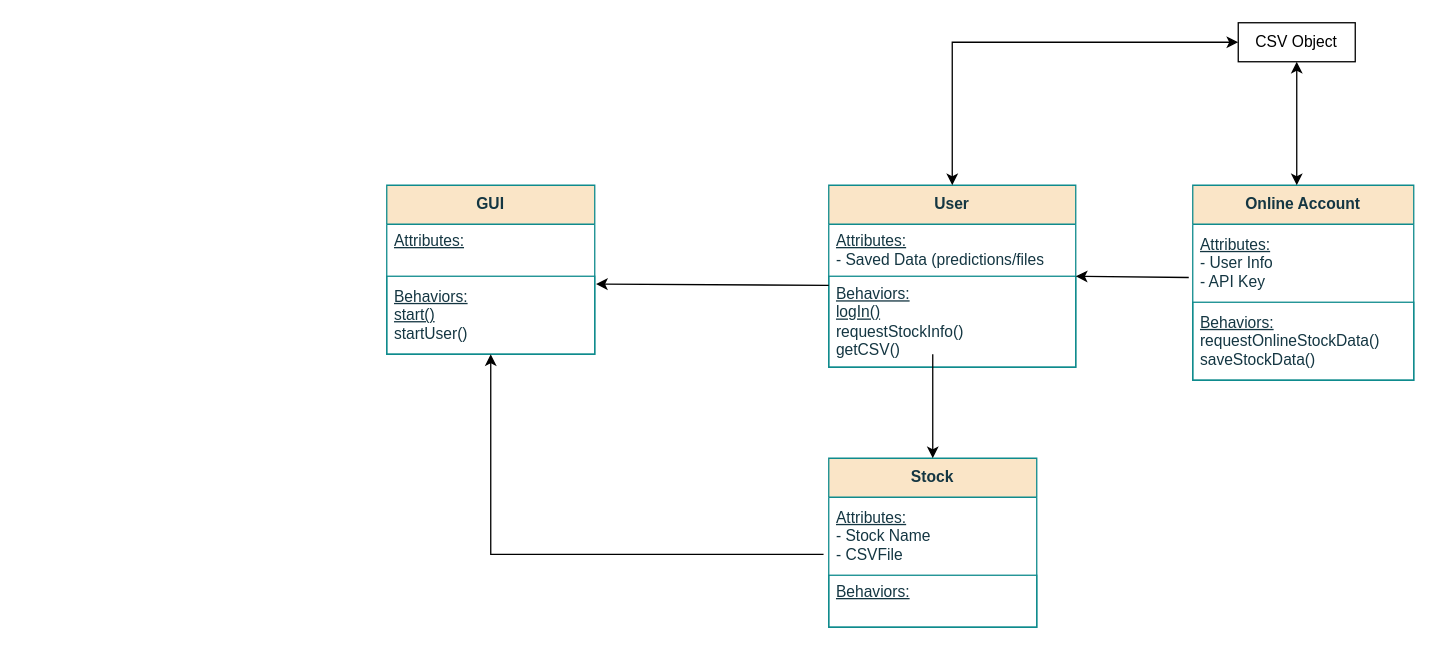
The draw.io diagram Diagrams/Class_Diagram.drawio in viewtifultiger/Comp380Project, before the edit. Source tidied: cells renumbered, new cells numbered last; positions are measured from the earlier drawing's top-left corner, leaving out a move shared by most shapes. Both pictures are drawn from the tidied source at 130%, with x=0, y=0 at pixel (386, 22).
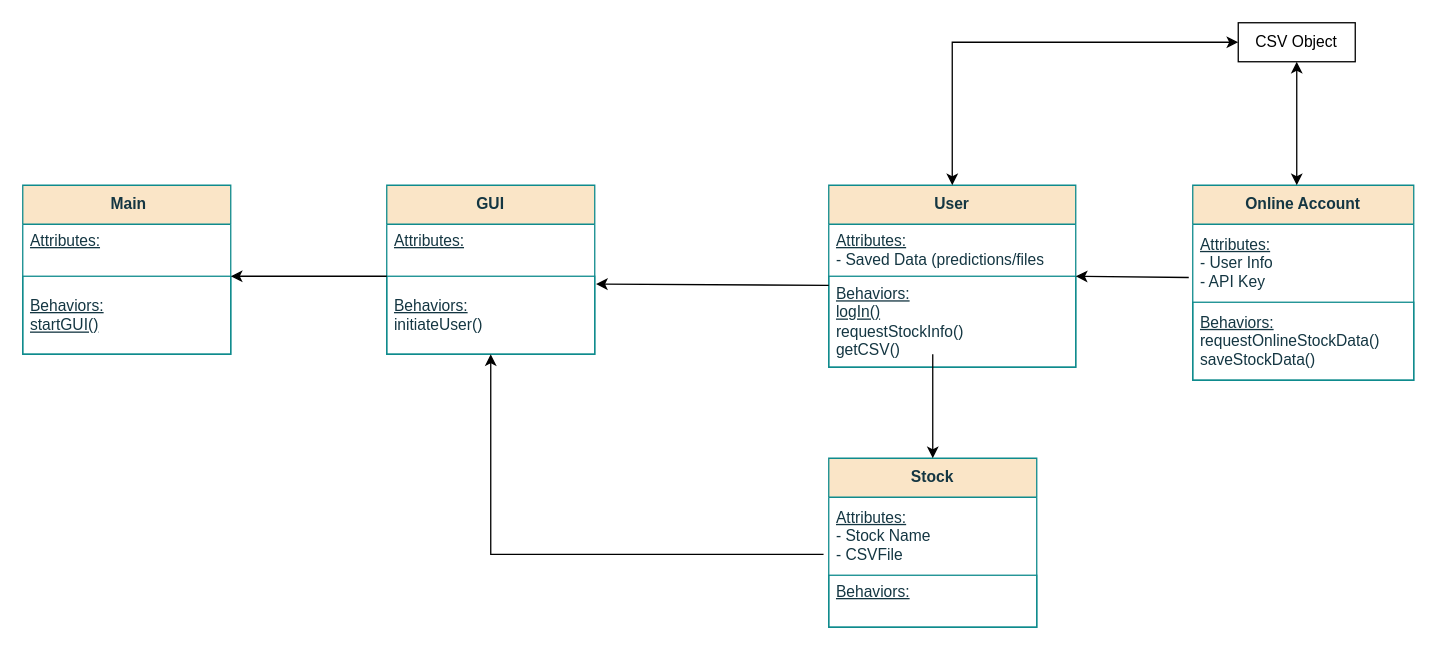
After the change.

The change refers to these unchanged cells:
```xml
<mxCell id="2" value="&lt;b&gt;GUI&lt;/b&gt;" style="swimlane;fontStyle=0;horizontal=1;startSize=30;whiteSpace=wrap;html=1;labelBackgroundColor=none;fillColor=#FAE5C7;strokeColor=#0F8B8D;fontColor=#143642;" parent="1" vertex="1">
  <mxGeometry y="125" width="160" height="130" as="geometry" />
</mxCell>
```

Diff of the diagram source:
```diff
@@
-    <mxCell id="4" value="&lt;u&gt;Behaviors:&lt;/u&gt;&lt;div&gt;&lt;u&gt;start()&lt;br&gt;&lt;/u&gt;&lt;div&gt;startUser()&lt;/div&gt;&lt;/div&gt;" style="text;strokeColor=#0F8B8D;fillColor=none;align=left;verticalAlign=middle;spacingLeft=4;spacingRight=4;overflow=hidden;points=[[0,0.5],[1,0.5]];portConstraint=eastwest;whiteSpace=wrap;html=1;labelBackgroundColor=none;fontColor=#143642;" parent="2" vertex="1">
+    <mxCell id="4" value="&lt;u&gt;Behaviors:&lt;/u&gt;&lt;div&gt;&lt;div&gt;initiate&lt;span style=&quot;background-color: initial;&quot;&gt;User()&lt;/span&gt;&lt;/div&gt;&lt;/div&gt;" style="text;strokeColor=#0F8B8D;fillColor=none;align=left;verticalAlign=middle;spacingLeft=4;spacingRight=4;overflow=hidden;points=[[0,0.5],[1,0.5]];portConstraint=eastwest;whiteSpace=wrap;html=1;labelBackgroundColor=none;fontColor=#143642;" parent="2" vertex="1">
       <mxGeometry y="70" width="160" height="60" as="geometry" />
     </mxCell>
@@
+    <mxCell id="21" value="&lt;b&gt;&amp;nbsp;Main&lt;/b&gt;" style="swimlane;fontStyle=0;horizontal=1;startSize=30;whiteSpace=wrap;html=1;labelBackgroundColor=none;fillColor=#FAE5C7;strokeColor=#0F8B8D;fontColor=#143642;" parent="1" vertex="1">
+      <mxGeometry x="-280" y="125" width="160" height="130" as="geometry" />
+    </mxCell>
+    <mxCell id="22" value="&lt;u&gt;Attributes:&lt;/u&gt;&lt;div&gt;&lt;br&gt;&lt;/div&gt;" style="text;strokeColor=none;fillColor=none;align=left;verticalAlign=middle;spacingLeft=4;spacingRight=4;overflow=hidden;points=[[0,0.5],[1,0.5]];portConstraint=eastwest;whiteSpace=wrap;html=1;labelBackgroundColor=none;fontColor=#143642;" parent="21" vertex="1">
+      <mxGeometry y="30" width="160" height="40" as="geometry" />
+    </mxCell>
+    <mxCell id="23" value="&lt;u&gt;Behaviors:&lt;/u&gt;&lt;div&gt;&lt;u&gt;startGUI()&lt;/u&gt;&lt;/div&gt;" style="text;strokeColor=#0F8B8D;fillColor=none;align=left;verticalAlign=middle;spacingLeft=4;spacingRight=4;overflow=hidden;whiteSpace=wrap;html=1;labelBackgroundColor=none;fontColor=#143642;" parent="21" vertex="1">
+      <mxGeometry y="70" width="160" height="60" as="geometry" />
+    </mxCell>
+    <mxCell id="24" style="endArrow=classic;html=1;rounded=0;entryX=1;entryY=1;entryDx=0;entryDy=0;entryPerimeter=0;exitX=0;exitY=0;exitDx=0;exitDy=0;exitPerimeter=0;" parent="1" edge="1" source="4" target="22">
+      <mxGeometry relative="1" as="geometry" />
+    </mxCell>
```
